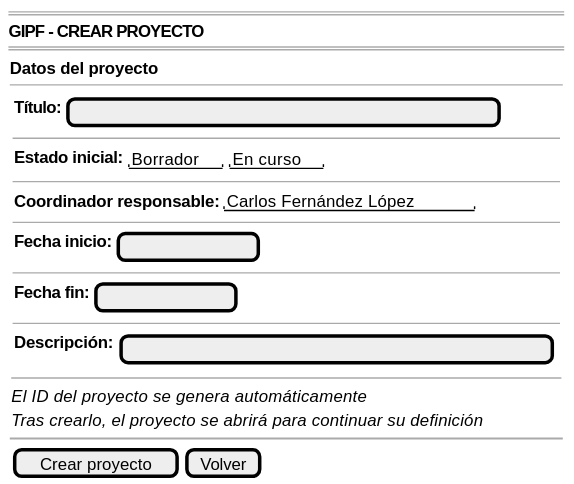
This is images/RUP/00-casos-uso/02-detalle/coordinador/crearProyecto/crearProyecto-wireframe.svg from beatriizorozco/25-26-idsw2-sdVC, a PlantUML export, as it was before one commit.
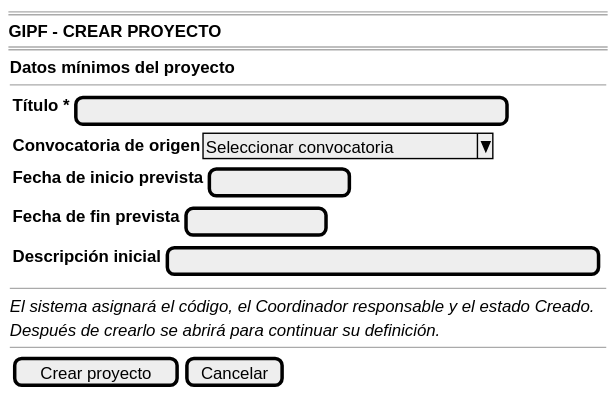
After the commit.

What changed in the source:
```diff
@@ -4,31 +4,20 @@
     <b>GIPF - CREAR PROYECTO</b>
     ====
     {
-        <b>Datos del proyecto</b>
+        <b>Datos mínimos del proyecto</b>
         --
         {
-            {
-            {<b>Título:</b> | [                                      ]}
-            --
-            {<b>Estado inicial:</b> | { "Borrador" | "En curso" }}
-            --
-            {<b>Coordinador responsable:</b> | "Carlos Fernández López"}
-            --
-            {<b>Fecha inicio:</b> | [            ]}
-            --
-            {<b>Fecha fin:</b> | [            ]}
-            --
-            {<b>Descripción:</b> |
-                {[                                      ]}}
-            }
-            --
-            <i>El ID del proyecto se genera automáticamente</i>
-            <i>Tras crearlo, el proyecto se abrirá para continuar su definición</i>
+            {<b>Título *</b> | [                                      ]}
+            {<b>Convocatoria de origen</b> | ^Seleccionar convocatoria^}
+            {<b>Fecha de inicio prevista</b> | [            ]}
+            {<b>Fecha de fin prevista</b> | [            ]}
+            {<b>Descripción inicial</b> | [                                      ]}
         }
-
-        ~~
-
-        {[Crear proyecto] | [Volver]}
+        --
+        <i>El sistema asignará el código, el Coordinador responsable y el estado Creado.</i>
+        <i>Después de crearlo se abrirá para continuar su definición.</i>
+        --
+        {[Crear proyecto] | [Cancelar]}
     }
 }
 @endsalt
```
